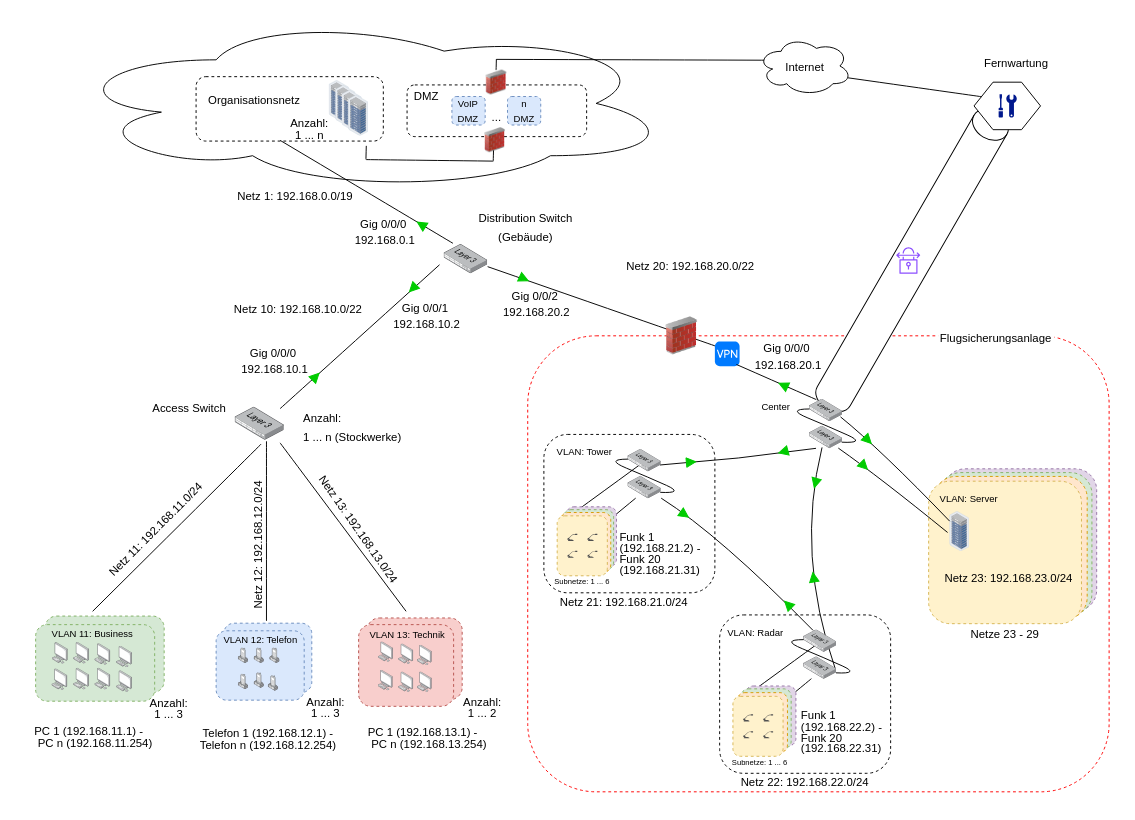
The draw.io diagram Logische Netzwerktopologie.drawio in meetSeb/Computer-Network, before the edit. Source tidied: cells renumbered, new cells numbered last; positions are measured from the earlier drawing's top-left corner, leaving out a move shared by most shapes. Both pictures are drawn from the tidied source at 95%, with x=0, y=0 at pixel (16, 16).
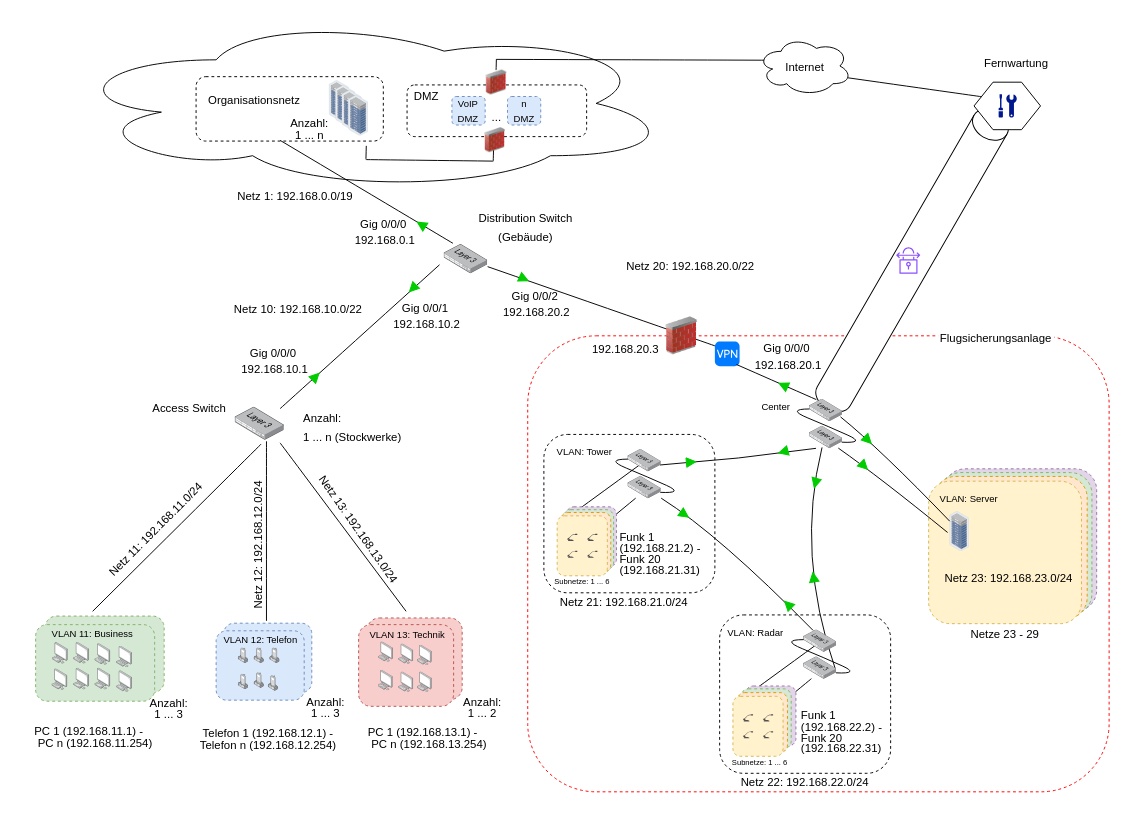
After the change.

What changed in the source:
```diff
@@
+    <mxCell id="184" value="&lt;p style=&quot;line-height: 0%;&quot;&gt;&lt;font style=&quot;font-size: 12px;&quot;&gt;&amp;nbsp;&lt;/font&gt;&lt;span style=&quot;font-size: 12px;&quot;&gt;192.168.20.3&lt;/span&gt;&lt;/p&gt;" style="text;strokeColor=none;fillColor=none;html=1;align=center;verticalAlign=middle;whiteSpace=wrap;rounded=0;fontSize=16;rotation=0;" parent="1" vertex="1">
+      <mxGeometry x="592" y="332.9" width="94.9" height="35" as="geometry" />
+    </mxCell>
```
